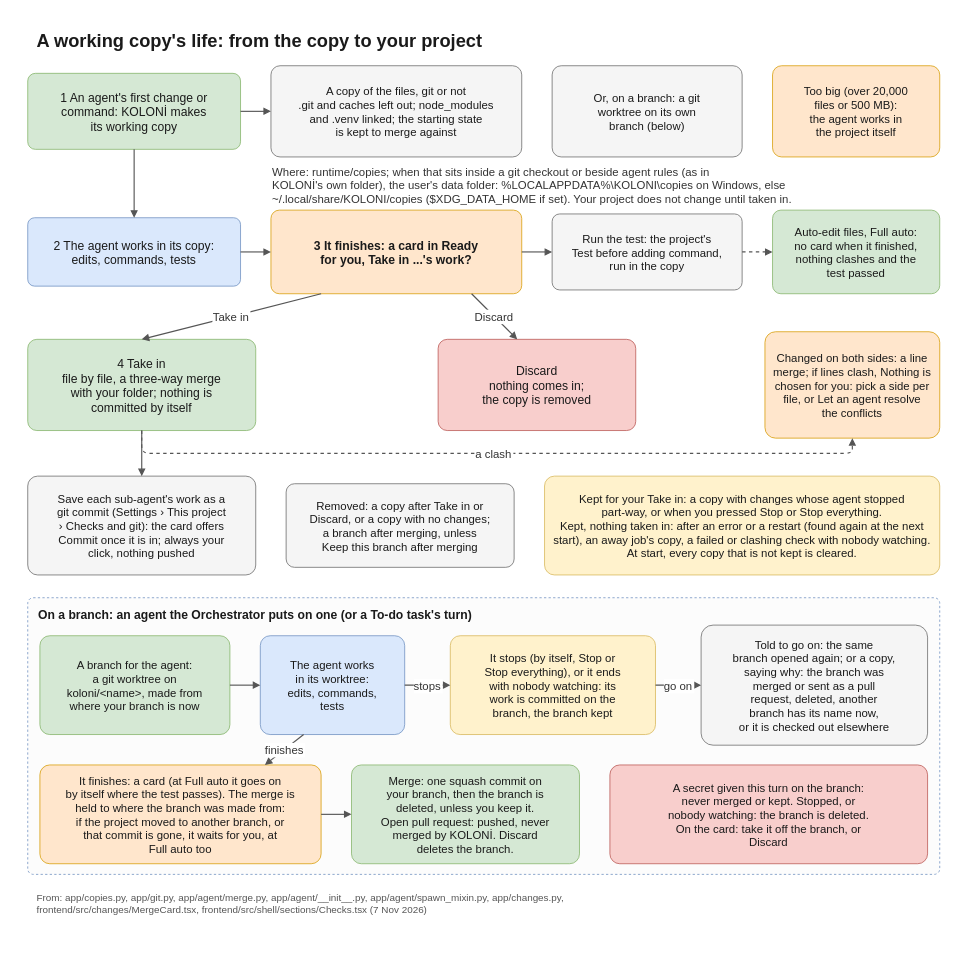
The draw.io diagram docs/diagrams/working-copy.drawio in flyingriverhorse/Koloni, before the edit. Source tidied: cells renumbered, new cells numbered last; positions are measured from the earlier drawing's top-left corner, leaving out a move shared by most shapes. Both pictures are drawn from the tidied source at 76%, with x=0, y=0 at pixel (12, 12).
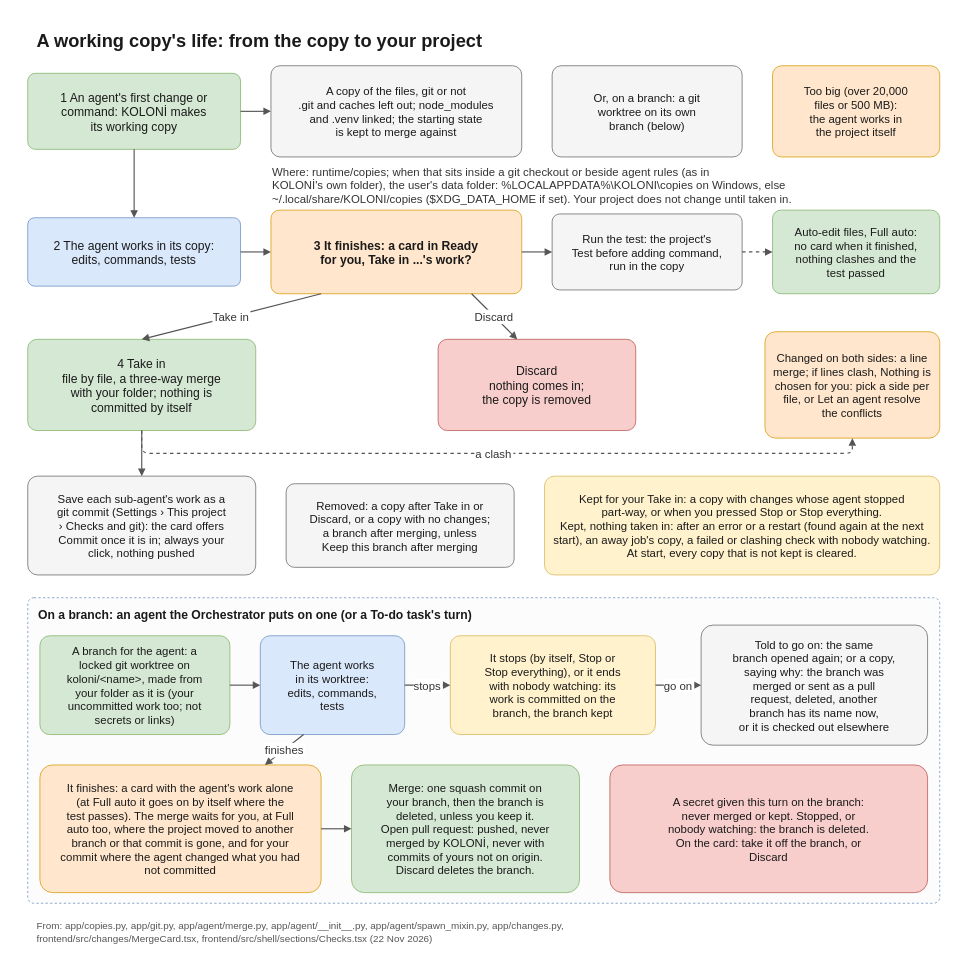
The same page after the edit.

Commit message (it also covers changes not shown here):
docs(diagrams): permissions, working copy, CLI modes and Away redrawn for 0.1.5

The edit, as a diff of the source:
```diff
@@
     <mxCell id="2" style="rounded=0;fillColor=#ffffff;strokeColor=none;" parent="1" vertex="1">
-      <mxGeometry width="1240" height="1200" as="geometry" />
+      <mxGeometry width="1240" height="1238" as="geometry" />
     </mxCell>
@@
     <mxCell id="28" value="On a branch: an agent the Orchestrator puts on one (or a To-do task's turn)" style="rounded=1;arcSize=2;fillColor=#fcfcfc;strokeColor=#6c8ebf;dashed=1;fontFamily=Helvetica;fontColor=#1a1a1a;fontSize=16;fontStyle=1;verticalAlign=top;align=left;spacingLeft=12;spacingTop=6;" parent="1" vertex="1">
-      <mxGeometry x="20" y="770" width="1200" height="364" as="geometry" />
+      <mxGeometry x="20" y="770" width="1200" height="402" as="geometry" />
     </mxCell>
-    <mxCell id="29" value="A branch for the agent:&#10;a git worktree on&#10;koloni/&lt;name&gt;, made from&#10;where your branch is now" style="rounded=1;arcSize=10;fillColor=#d5e8d4;strokeColor=#82b366;fontFamily=Helvetica;fontColor=#1a1a1a;fontSize=15;spacing=6;" parent="1" vertex="1">
+    <mxCell id="29" value="A branch for the agent: a&#10;locked git worktree on&#10;koloni/&lt;name&gt;, made from&#10;your folder as it is (your&#10;uncommitted work too; not&#10;secrets or links)" style="rounded=1;arcSize=10;fillColor=#d5e8d4;strokeColor=#82b366;fontFamily=Helvetica;fontColor=#1a1a1a;fontSize=15;spacing=6;" parent="1" vertex="1">
       <mxGeometry x="36" y="820" width="250" height="130" as="geometry" />
     </mxCell>
@@
-    <mxCell id="33" value="It finishes: a card (at Full auto it goes on&#10;by itself where the test passes). The merge is&#10;held to where the branch was made from:&#10;if the project moved to another branch, or&#10;that commit is gone, it waits for you, at&#10;Full auto too" style="rounded=1;arcSize=10;fillColor=#ffe6cc;strokeColor=#d79b00;fontFamily=Helvetica;fontColor=#1a1a1a;fontSize=15;spacing=6;" parent="1" vertex="1">
-      <mxGeometry x="36" y="990" width="370" height="130" as="geometry" />
+    <mxCell id="33" value="It finishes: a card with the agent's work alone&#10;(at Full auto it goes on by itself where the&#10;test passes). The merge waits for you, at Full&#10;auto too, where the project moved to another&#10;branch or that commit is gone, and for your&#10;commit where the agent changed what you had&#10;not committed" style="rounded=1;arcSize=10;fillColor=#ffe6cc;strokeColor=#d79b00;fontFamily=Helvetica;fontColor=#1a1a1a;fontSize=15;spacing=6;" parent="1" vertex="1">
+      <mxGeometry x="36" y="990" width="370" height="168" as="geometry" />
     </mxCell>
-    <mxCell id="34" value="Merge: one squash commit on&#10;your branch, then the branch is&#10;deleted, unless you keep it.&#10;Open pull request: pushed, never&#10;merged by KOLONİ. Discard&#10;deletes the branch." style="rounded=1;arcSize=10;fillColor=#d5e8d4;strokeColor=#82b366;fontFamily=Helvetica;fontColor=#1a1a1a;fontSize=15;spacing=6;" parent="1" vertex="1">
-      <mxGeometry x="446" y="990" width="300" height="130" as="geometry" />
+    <mxCell id="34" value="Merge: one squash commit on&#10;your branch, then the branch is&#10;deleted, unless you keep it.&#10;Open pull request: pushed, never&#10;merged by KOLONİ, never with&#10;commits of yours not on origin.&#10;Discard deletes the branch." style="rounded=1;arcSize=10;fillColor=#d5e8d4;strokeColor=#82b366;fontFamily=Helvetica;fontColor=#1a1a1a;fontSize=15;spacing=6;" parent="1" vertex="1">
+      <mxGeometry x="446" y="990" width="300" height="168" as="geometry" />
     </mxCell>
     <mxCell id="35" value="A secret given this turn on the branch:&#10;never merged or kept. Stopped, or&#10;nobody watching: the branch is deleted.&#10;On the card: take it off the branch, or&#10;Discard" style="rounded=1;arcSize=10;fillColor=#f8cecc;strokeColor=#b85450;fontFamily=Helvetica;fontColor=#1a1a1a;fontSize=15;spacing=6;" parent="1" vertex="1">
-      <mxGeometry x="786" y="990" width="418" height="130" as="geometry" />
+      <mxGeometry x="786" y="990" width="418" height="168" as="geometry" />
     </mxCell>
@@
-    <mxCell id="41" value="From: app/copies.py, app/git.py, app/agent/merge.py, app/agent/__init__.py, app/agent/spawn_mixin.py, app/changes.py,&#10;frontend/src/changes/MergeCard.tsx, frontend/src/shell/sections/Checks.tsx (7 Nov 2026)" style="text;strokeColor=none;fillColor=none;fontFamily=Helvetica;fontColor=#555555;fontSize=13;align=left;verticalAlign=top;" parent="1" vertex="1">
-      <mxGeometry x="30" y="1150" width="1180" height="40" as="geometry" />
+    <mxCell id="41" value="From: app/copies.py, app/git.py, app/agent/merge.py, app/agent/__init__.py, app/agent/spawn_mixin.py, app/changes.py,&#10;frontend/src/changes/MergeCard.tsx, frontend/src/shell/sections/Checks.tsx (22 Nov 2026)" style="text;strokeColor=none;fillColor=none;fontFamily=Helvetica;fontColor=#555555;fontSize=13;align=left;verticalAlign=top;" parent="1" vertex="1">
+      <mxGeometry x="30" y="1188" width="1180" height="40" as="geometry" />
     </mxCell>
```
